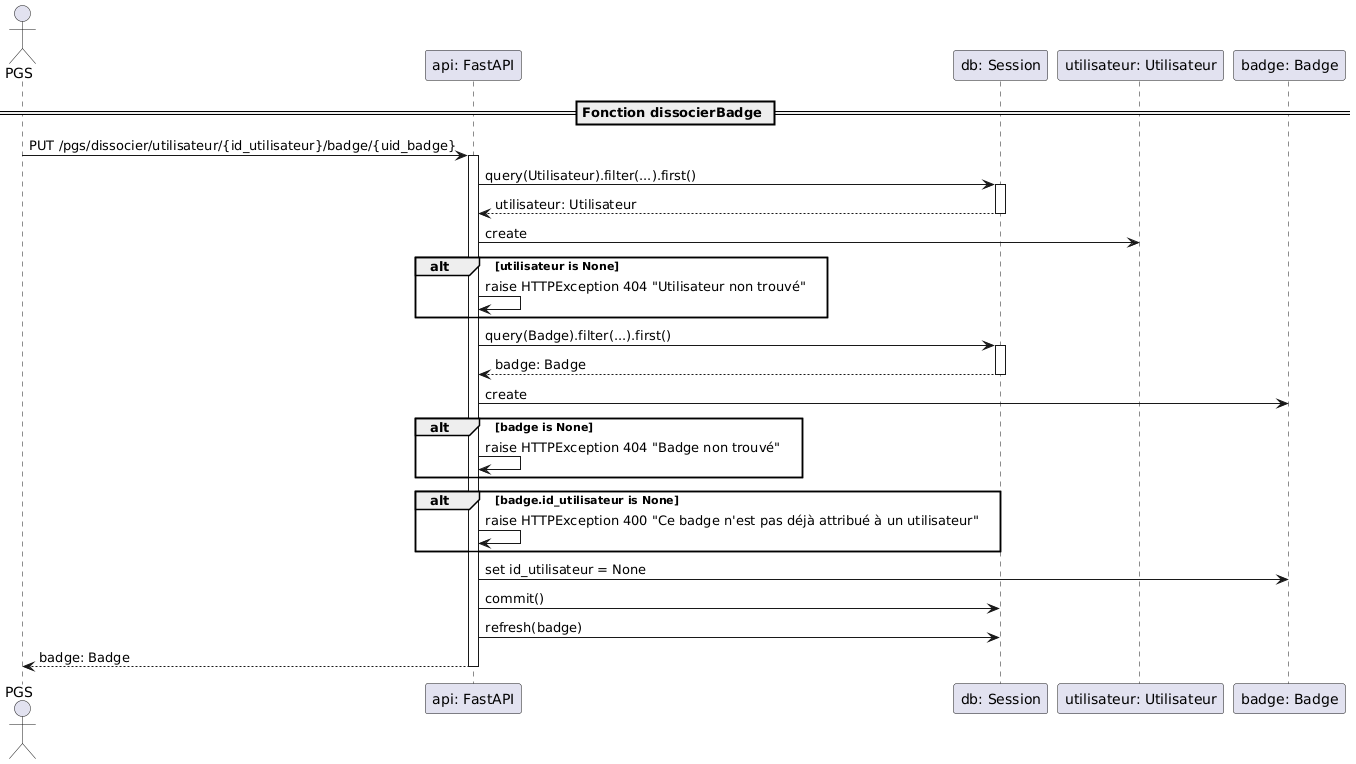
Before: BDD/Diagrammes/Séquence/PGS/dissocierBadge.png, a diagram exported from PlantUML (RobinMartineau/Acc-s-campus-). Source of this version:
```plantuml
@startuml
== Fonction dissocierBadge ==
actor "PGS"
participant "api: FastAPI"
participant "db: Session"
participant "utilisateur: Utilisateur"
participant "badge: Badge"

"PGS" -> "api: FastAPI" : PUT /pgs/dissocier/utilisateur/{id_utilisateur}/badge/{uid_badge}
activate "api: FastAPI"

"api: FastAPI" -> "db: Session" : query(Utilisateur).filter(...).first()
activate "db: Session"
"db: Session" --> "api: FastAPI" : utilisateur: Utilisateur
deactivate "db: Session"

"api: FastAPI" -> "utilisateur: Utilisateur" : create

alt utilisateur is None
    "api: FastAPI" -> "api: FastAPI" : raise HTTPException 404 "Utilisateur non trouvé"
end

"api: FastAPI" -> "db: Session" : query(Badge).filter(...).first()
activate "db: Session"
"db: Session" --> "api: FastAPI" : badge: Badge
deactivate "db: Session"

"api: FastAPI" -> "badge: Badge" : create

alt badge is None
    "api: FastAPI" -> "api: FastAPI" : raise HTTPException 404 "Badge non trouvé"
end

alt badge.id_utilisateur is None
    "api: FastAPI" -> "api: FastAPI" : raise HTTPException 400 "Ce badge n'est pas déjà attribué à un utilisateur"
end

"api: FastAPI" -> "badge: Badge" : set id_utilisateur = None
"api: FastAPI" -> "db: Session" : commit()
"api: FastAPI" -> "db: Session" : refresh(badge)
"api: FastAPI" --> "PGS" : badge: Badge
deactivate "api: FastAPI"
@enduml
```
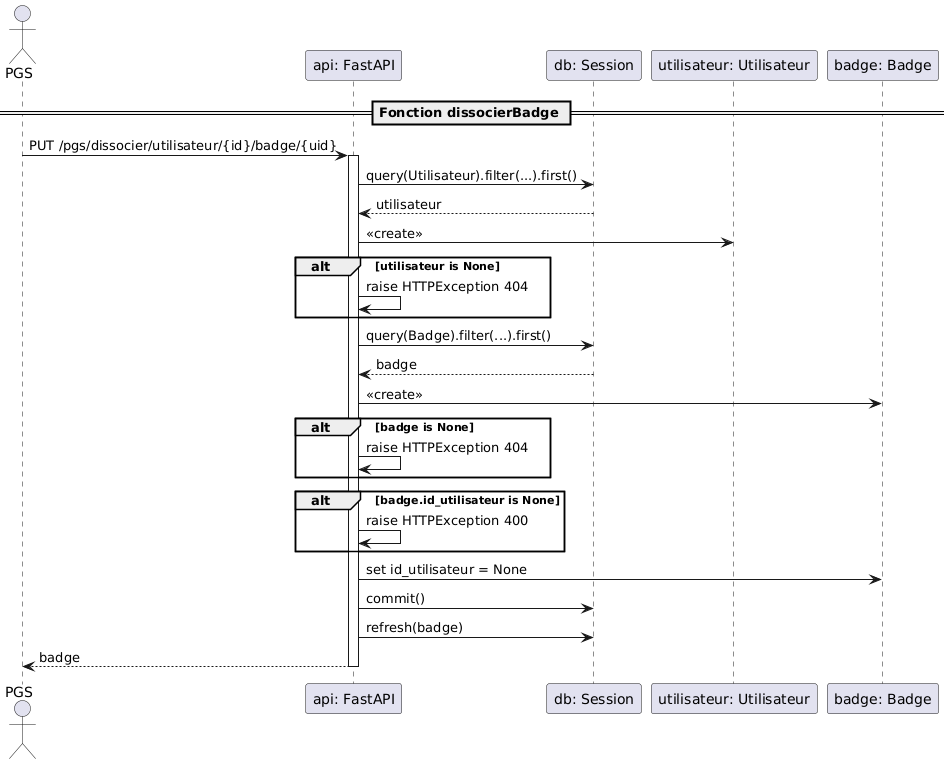
After the change.

What changed in the source:
```diff
@@ -1,43 +1,38 @@
 @startuml
-== Fonction dissocierBadge ==
-actor "PGS"
+actor PGS
 participant "api: FastAPI"
 participant "db: Session"
 participant "utilisateur: Utilisateur"
 participant "badge: Badge"
 
-"PGS" -> "api: FastAPI" : PUT /pgs/dissocier/utilisateur/{id_utilisateur}/badge/{uid_badge}
+== Fonction dissocierBadge ==
+PGS -> "api: FastAPI" : PUT /pgs/dissocier/utilisateur/{id}/badge/{uid}
 activate "api: FastAPI"
 
 "api: FastAPI" -> "db: Session" : query(Utilisateur).filter(...).first()
-activate "db: Session"
-"db: Session" --> "api: FastAPI" : utilisateur: Utilisateur
-deactivate "db: Session"
-
-"api: FastAPI" -> "utilisateur: Utilisateur" : create
+"db: Session" --> "api: FastAPI" : utilisateur
+"api: FastAPI" -> "utilisateur: Utilisateur" : <<create>>
 
 alt utilisateur is None
-    "api: FastAPI" -> "api: FastAPI" : raise HTTPException 404 "Utilisateur non trouvé"
+    "api: FastAPI" -> "api: FastAPI" : raise HTTPException 404
 end
 
 "api: FastAPI" -> "db: Session" : query(Badge).filter(...).first()
-activate "db: Session"
-"db: Session" --> "api: FastAPI" : badge: Badge
-deactivate "db: Session"
-
-"api: FastAPI" -> "badge: Badge" : create
+"db: Session" --> "api: FastAPI" : badge
+"api: FastAPI" -> "badge: Badge" : <<create>>
 
 alt badge is None
-    "api: FastAPI" -> "api: FastAPI" : raise HTTPException 404 "Badge non trouvé"
+    "api: FastAPI" -> "api: FastAPI" : raise HTTPException 404
 end
 
 alt badge.id_utilisateur is None
-    "api: FastAPI" -> "api: FastAPI" : raise HTTPException 400 "Ce badge n'est pas déjà attribué à un utilisateur"
+    "api: FastAPI" -> "api: FastAPI" : raise HTTPException 400
 end
 
 "api: FastAPI" -> "badge: Badge" : set id_utilisateur = None
 "api: FastAPI" -> "db: Session" : commit()
 "api: FastAPI" -> "db: Session" : refresh(badge)
-"api: FastAPI" --> "PGS" : badge: Badge
+
+"api: FastAPI" --> PGS : badge
 deactivate "api: FastAPI"
 @enduml
```
